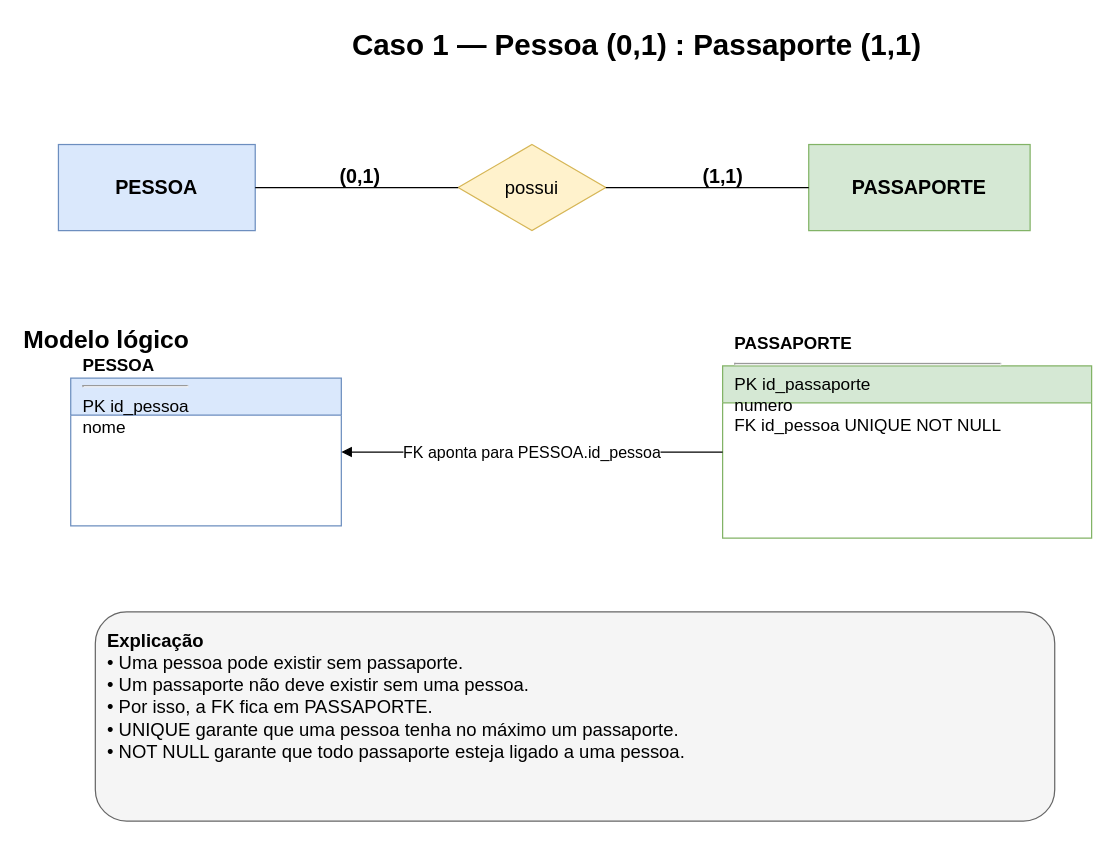
The draw.io diagram page "Pessoa-Passaporte" (1 of 2) of aulas/aula03-cardinalidade/atividades/relacionamento_1_1_exemplos.drawio in cesargrossl/banco-de-dados-I, before the edit. Source tidied: cells renumbered, new cells numbered last; positions are measured from the earlier drawing's top-left corner, leaving out a move shared by most shapes. Both pictures are drawn from the tidied source at 123%, with x=0, y=0 at pixel (21, 21).
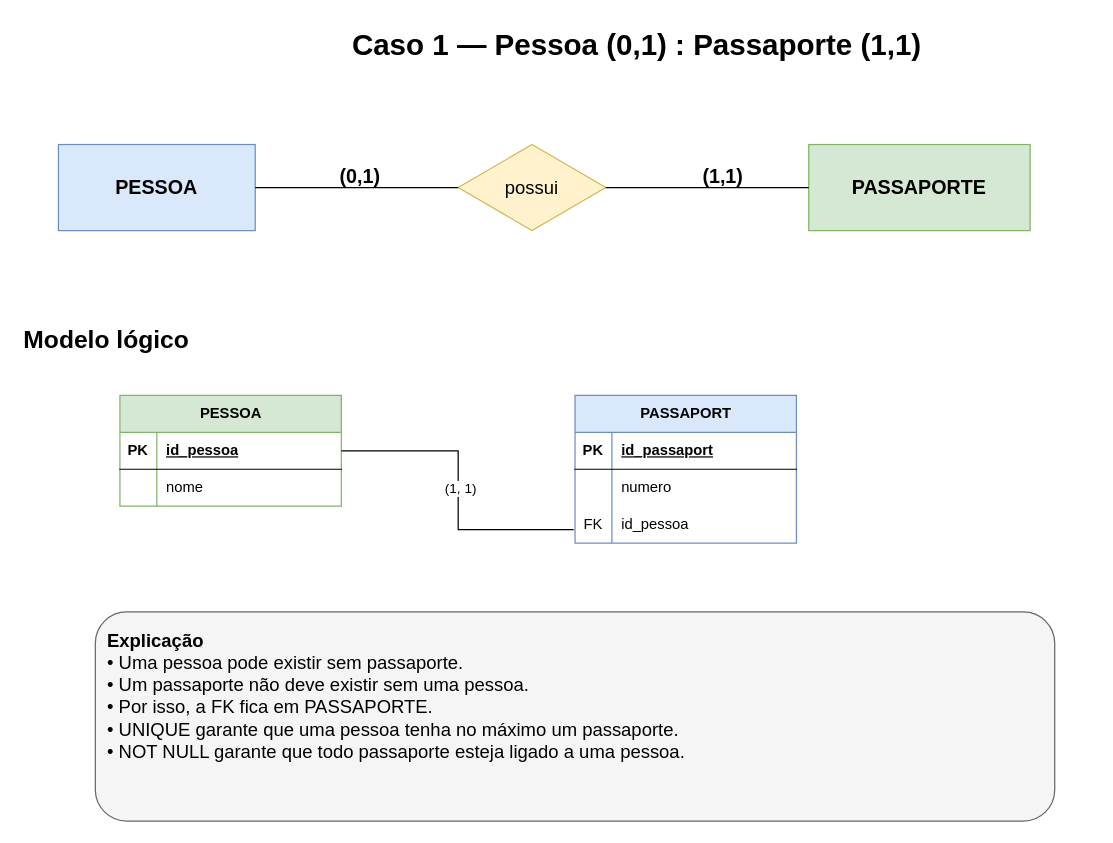
After the change.

What changed in the source:
```diff
@@
-    <mxCell id="11" value="&lt;b&gt;PESSOA&lt;/b&gt;&lt;hr/&gt;PK id_pessoa&lt;br/&gt;nome" style="shape=swimlane;html=1;rounded=0;startSize=30;fillColor=#dae8fc;strokeColor=#6c8ebf;fontSize=14;align=left;spacingLeft=8;" parent="1" vertex="1">
-      <mxGeometry x="40" y="290" width="220" height="120" as="geometry" />
-    </mxCell>
-    <mxCell id="12" value="&lt;b&gt;PASSAPORTE&lt;/b&gt;&lt;hr/&gt;PK id_passaporte&lt;br/&gt;numero&lt;br/&gt;FK id_pessoa UNIQUE NOT NULL" style="shape=swimlane;html=1;rounded=0;startSize=30;fillColor=#d5e8d4;strokeColor=#82b366;fontSize=14;align=left;spacingLeft=8;" parent="1" vertex="1">
-      <mxGeometry x="570" y="280" width="300" height="140" as="geometry" />
-    </mxCell>
-    <mxCell id="13" value="FK aponta para PESSOA.id_pessoa" style="edgeStyle=orthogonalEdgeStyle;rounded=0;html=1;endArrow=block;endFill=1;fontSize=13;" parent="1" edge="1" source="12" target="11">
-      <mxGeometry relative="1" as="geometry" />
-    </mxCell>
@@
+    <mxCell id="15" value="PESSOA" style="shape=table;startSize=30;childLayout=tableLayout;rowLines=0;fontStyle=1;align=center;html=1;fillColor=#d5e8d4;strokeColor=#82b366;" parent="1" vertex="1">
+      <mxGeometry x="80" y="304" width="180" height="90" as="geometry" />
+    </mxCell>
+    <mxCell id="16" style="shape=tableRow;horizontal=0;startSize=0;swimlaneHead=0;swimlaneBody=0;fillColor=none;points=[[0,0.5],[1,0.5]];portConstraint=eastwest;top=0;left=0;right=0;bottom=1;" parent="15" vertex="1">
+      <mxGeometry y="30" width="180" height="30" as="geometry" />
+    </mxCell>
+    <mxCell id="17" value="PK" style="shape=partialRectangle;fillColor=none;top=0;left=0;bottom=0;right=0;fontStyle=1;overflow=hidden;whiteSpace=wrap;html=1;" parent="16" vertex="1">
+      <mxGeometry width="30" height="30" as="geometry" />
+    </mxCell>
+    <mxCell id="18" value="id_pessoa" style="shape=partialRectangle;fillColor=none;top=0;left=0;bottom=0;right=0;align=left;spacingLeft=6;fontStyle=5;overflow=hidden;whiteSpace=wrap;html=1;" parent="16" vertex="1">
+      <mxGeometry x="30" width="150" height="30" as="geometry" />
+    </mxCell>
+    <mxCell id="19" style="shape=tableRow;horizontal=0;startSize=0;swimlaneHead=0;swimlaneBody=0;fillColor=none;top=0;left=0;right=0;bottom=0;" parent="15" vertex="1">
+      <mxGeometry y="60" width="180" height="30" as="geometry" />
+    </mxCell>
+    <mxCell id="20" style="shape=partialRectangle;fillColor=none;top=0;left=0;bottom=0;right=0;overflow=hidden;whiteSpace=wrap;html=1;" parent="19" vertex="1">
+      <mxGeometry width="30" height="30" as="geometry" />
+    </mxCell>
+    <mxCell id="21" value="nome" style="shape=partialRectangle;fillColor=none;top=0;left=0;bottom=0;right=0;align=left;spacingLeft=6;overflow=hidden;whiteSpace=wrap;html=1;" parent="19" vertex="1">
+      <mxGeometry x="30" width="150" height="30" as="geometry" />
+    </mxCell>
+    <mxCell id="22" value="PASSAPORT" style="shape=table;startSize=30;childLayout=tableLayout;rowLines=0;fontStyle=1;align=center;html=1;fillColor=#dae8fc;strokeColor=#6c8ebf;" parent="1" vertex="1">
+      <mxGeometry x="450" y="304" width="180" height="120" as="geometry" />
+    </mxCell>
+    <mxCell id="23" style="shape=tableRow;horizontal=0;startSize=0;swimlaneHead=0;swimlaneBody=0;fillColor=none;top=0;left=0;right=0;bottom=1;" parent="22" vertex="1">
+      <mxGeometry y="30" width="180" height="30" as="geometry" />
+    </mxCell>
+    <mxCell id="24" value="PK" style="shape=partialRectangle;fillColor=none;top=0;left=0;bottom=0;right=0;fontStyle=1;overflow=hidden;whiteSpace=wrap;html=1;" parent="23" vertex="1">
+      <mxGeometry width="30" height="30" as="geometry" />
+    </mxCell>
+    <mxCell id="25" value="id_passaport" style="shape=partialRectangle;fillColor=none;top=0;left=0;bottom=0;right=0;align=left;spacingLeft=6;fontStyle=5;overflow=hidden;whiteSpace=wrap;html=1;" parent="23" vertex="1">
+      <mxGeometry x="30" width="150" height="30" as="geometry" />
+    </mxCell>
+    <mxCell id="26" style="shape=tableRow;horizontal=0;startSize=0;swimlaneHead=0;swimlaneBody=0;fillColor=none;top=0;left=0;right=0;bottom=0;" parent="22" vertex="1">
+      <mxGeometry y="60" width="180" height="30" as="geometry" />
+    </mxCell>
+    <mxCell id="27" style="shape=partialRectangle;fillColor=none;top=0;left=0;bottom=0;right=0;overflow=hidden;whiteSpace=wrap;html=1;" parent="26" vertex="1">
+      <mxGeometry width="30" height="30" as="geometry" />
+    </mxCell>
+    <mxCell id="28" value="numero" style="shape=partialRectangle;fillColor=none;top=0;left=0;bottom=0;right=0;align=left;spacingLeft=6;overflow=hidden;whiteSpace=wrap;html=1;" parent="26" vertex="1">
+      <mxGeometry x="30" width="150" height="30" as="geometry" />
+    </mxCell>
+    <mxCell id="29" style="shape=tableRow;horizontal=0;startSize=0;swimlaneHead=0;swimlaneBody=0;fillColor=none;points=[[0,0.5],[1,0.5]];portConstraint=eastwest;top=0;left=0;right=0;bottom=0;" parent="22" vertex="1">
+      <mxGeometry y="90" width="180" height="30" as="geometry" />
+    </mxCell>
+    <mxCell id="30" value="FK" style="shape=partialRectangle;fillColor=none;top=0;left=0;bottom=0;right=0;overflow=hidden;whiteSpace=wrap;html=1;" parent="29" vertex="1">
+      <mxGeometry width="30" height="30" as="geometry" />
+    </mxCell>
+    <mxCell id="31" value="id_pessoa" style="shape=partialRectangle;fillColor=none;top=0;left=0;bottom=0;right=0;align=left;spacingLeft=6;overflow=hidden;whiteSpace=wrap;html=1;" parent="29" vertex="1">
+      <mxGeometry x="30" width="150" height="30" as="geometry" />
+    </mxCell>
+    <mxCell id="32" style="edgeStyle=orthogonalEdgeStyle;rounded=0;jettySize=auto;html=1;entryX=-0.006;entryY=0.637;entryDx=0;entryDy=0;entryPerimeter=0;endArrow=none;endFill=0;" parent="1" edge="1" source="16" target="29">
+      <mxGeometry relative="1" as="geometry" />
+    </mxCell>
+    <mxCell id="33" value="(1, 1)" style="edgeLabel;html=1;align=center;verticalAlign=middle;" parent="32" vertex="1">
+      <mxGeometry x="-0.02" y="1" relative="1" as="geometry">
+        <mxPoint y="1" as="offset" />
+      </mxGeometry>
+    </mxCell>
```
